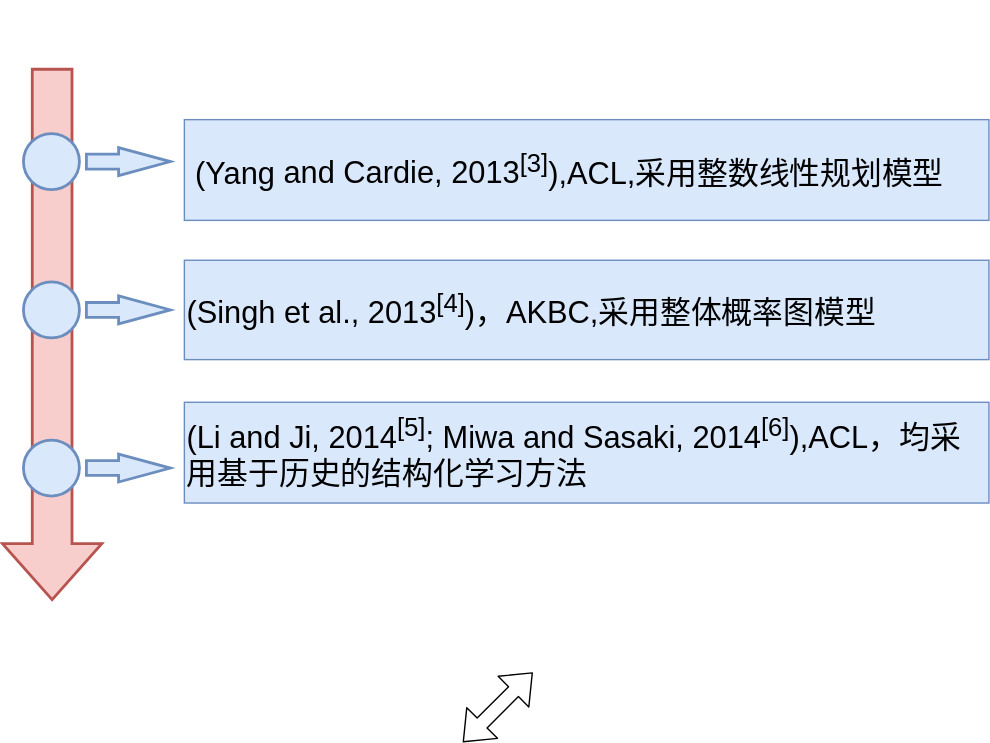
Earlier version of the draw.io export Untitled Diagram.svg (bigbigkid/awesome-knowledge-graph). Source tidied: cells renumbered, new cells last; positions are measured from the earlier drawing's top-left corner, leaving out a move shared by most shapes.
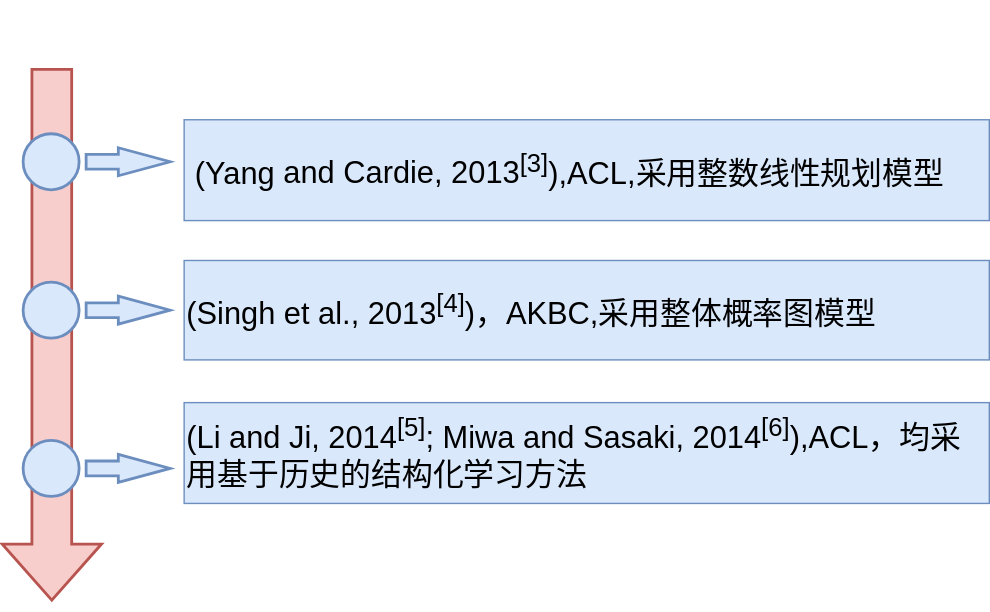
The same file after the commit.

What changed in the source:
```diff
@@ -47,11 +47,5 @@
     <mxCell id="16" style="edgeStyle=orthogonalEdgeStyle;rounded=0;orthogonalLoop=1;jettySize=auto;html=1;exitX=1;exitY=0.5;exitDx=0;exitDy=0;exitPerimeter=0;" parent="1" edge="1" source="2" target="2">
       <mxGeometry relative="1" as="geometry" />
     </mxCell>
-    <mxCell id="17" style="shape=flexArrow;endArrow=classic;startArrow=classic;html=1;" parent="1" edge="1">
-      <mxGeometry relative="1" as="geometry">
-        <mxPoint x="329" y="525" as="sourcePoint" />
-        <mxPoint x="379" y="475" as="targetPoint" />
-      </mxGeometry>
-    </mxCell>
   </root>
 </mxGraphModel>
```
